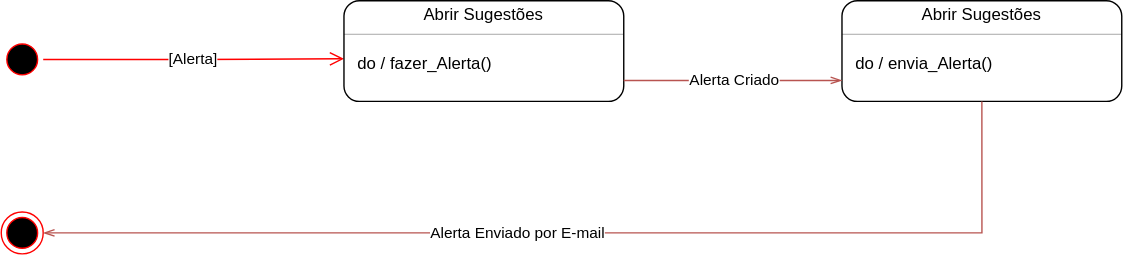
Earlier version of the draw.io export Estados/DEcaso12.svg (JesCat16/Projeto01_Modelagem_De_Software). Source tidied: cells renumbered, new cells last; positions are measured from the earlier drawing's top-left corner, leaving out a move shared by most shapes. Source of this version:
```xml
<mxGraphModel background="#ffffff">
  <root>
    <mxCell id="0" />
    <mxCell id="1" parent="0" />
    <mxCell id="2" style="ellipse;html=1;shape=endState;fillColor=#000000;strokeColor=#ff0000;" parent="1" vertex="1">
      <mxGeometry y="151" width="30" height="30" as="geometry" />
    </mxCell>
    <mxCell id="3" style="ellipse;html=1;shape=startState;fillColor=#000000;strokeColor=#ff0000;" parent="1" vertex="1">
      <mxGeometry y="27" width="30" height="30" as="geometry" />
    </mxCell>
    <mxCell id="4" style="edgeStyle=orthogonalEdgeStyle;html=1;verticalAlign=bottom;endArrow=open;endSize=8;strokeColor=#ff0000;rounded=0;entryX=0;entryY=0.25;entryDx=0;entryDy=0;" parent="1" edge="1" source="3" target="10">
      <mxGeometry relative="1" as="geometry" />
    </mxCell>
    <mxCell id="5" value="[Alerta]" style="edgeLabel;html=1;align=center;verticalAlign=middle;" parent="4" vertex="1">
      <mxGeometry x="0.1" y="1" relative="1" as="geometry">
        <mxPoint x="-12" y="1" as="offset" />
      </mxGeometry>
    </mxCell>
    <mxCell id="6" style="fontStyle=1;align=center;verticalAlign=middle;horizontal=1;rounded=1;absoluteArcSize=1;arcSize=22;" parent="1" vertex="1">
      <mxGeometry x="245" width="200" height="72" as="geometry" />
    </mxCell>
    <mxCell id="7" value="Abrir Sugestões" style="html=1;align=center;spacing=0;verticalAlign=middle;strokeColor=none;fillColor=none;whiteSpace=wrap;" parent="6" vertex="1">
      <mxGeometry width="200" height="20" as="geometry" />
    </mxCell>
    <mxCell id="8" style="line;strokeWidth=0.25;fillColor=none;align=left;verticalAlign=middle;spacingTop=-1;spacingLeft=3;spacingRight=3;labelPosition=right;" parent="6" vertex="1">
      <mxGeometry y="20" width="200" height="8" as="geometry" />
    </mxCell>
    <mxCell id="9" style="html=1;align=left;spacing=0;spacingLeft=10;verticalAlign=middle;strokeColor=none;fillColor=none;whiteSpace=wrap;" parent="6" vertex="1">
      <mxGeometry y="28" width="200" height="10" as="geometry" />
    </mxCell>
    <mxCell id="10" value="do / fazer_Alerta()" style="html=1;align=left;spacing=0;spacingLeft=10;verticalAlign=middle;strokeColor=none;fillColor=none;whiteSpace=wrap;" parent="6" vertex="1">
      <mxGeometry y="38" width="200" height="14" as="geometry" />
    </mxCell>
    <mxCell id="11" style="html=1;align=left;spacing=0;spacingLeft=10;verticalAlign=middle;strokeColor=none;fillColor=none;whiteSpace=wrap;" parent="6" vertex="1">
      <mxGeometry y="52" width="200" height="20" as="geometry" />
    </mxCell>
    <mxCell id="12" style="fontStyle=1;align=center;verticalAlign=middle;horizontal=1;rounded=1;absoluteArcSize=1;arcSize=22;" parent="1" vertex="1">
      <mxGeometry x="601" width="200" height="72" as="geometry" />
    </mxCell>
    <mxCell id="13" value="Abrir Sugestões" style="html=1;align=center;spacing=0;verticalAlign=middle;strokeColor=none;fillColor=none;whiteSpace=wrap;" parent="12" vertex="1">
      <mxGeometry width="200" height="20" as="geometry" />
    </mxCell>
    <mxCell id="14" style="line;strokeWidth=0.25;fillColor=none;align=left;verticalAlign=middle;spacingTop=-1;spacingLeft=3;spacingRight=3;labelPosition=right;" parent="12" vertex="1">
      <mxGeometry y="20" width="200" height="8" as="geometry" />
    </mxCell>
    <mxCell id="15" style="html=1;align=left;spacing=0;spacingLeft=10;verticalAlign=middle;strokeColor=none;fillColor=none;whiteSpace=wrap;" parent="12" vertex="1">
      <mxGeometry y="28" width="200" height="10" as="geometry" />
    </mxCell>
    <mxCell id="16" value="do / envia_Alerta()" style="html=1;align=left;spacing=0;spacingLeft=10;verticalAlign=middle;strokeColor=none;fillColor=none;whiteSpace=wrap;" parent="12" vertex="1">
      <mxGeometry y="38" width="200" height="14" as="geometry" />
    </mxCell>
    <mxCell id="17" style="html=1;align=left;spacing=0;spacingLeft=10;verticalAlign=middle;strokeColor=none;fillColor=none;whiteSpace=wrap;" parent="12" vertex="1">
      <mxGeometry y="52" width="200" height="20" as="geometry" />
    </mxCell>
    <mxCell id="18" style="edgeStyle=orthogonalEdgeStyle;rounded=0;jettySize=auto;html=1;exitX=1;exitY=0.25;exitDx=0;exitDy=0;entryX=0;entryY=0.25;entryDx=0;entryDy=0;fillColor=#f8cecc;strokeColor=#b85450;endArrow=openThin;endFill=0;" parent="1" edge="1" source="11" target="17">
      <mxGeometry relative="1" as="geometry" />
    </mxCell>
    <mxCell id="19" value="Alerta Criado" style="edgeLabel;html=1;align=center;verticalAlign=middle;" parent="18" vertex="1">
      <mxGeometry x="0.02" y="1" relative="1" as="geometry" />
    </mxCell>
    <mxCell id="20" style="edgeStyle=orthogonalEdgeStyle;rounded=0;jettySize=auto;html=1;exitX=0.5;exitY=1;exitDx=0;exitDy=0;entryX=1;entryY=0.5;entryDx=0;entryDy=0;fillColor=#f8cecc;strokeColor=#b85450;endArrow=openThin;endFill=0;" parent="1" edge="1" source="17" target="2">
      <mxGeometry relative="1" as="geometry" />
    </mxCell>
    <mxCell id="21" value="Alerta Enviado por E-mail" style="edgeLabel;html=1;align=center;verticalAlign=middle;" parent="20" vertex="1">
      <mxGeometry x="0.12" relative="1" as="geometry" />
    </mxCell>
  </root>
</mxGraphModel>
```
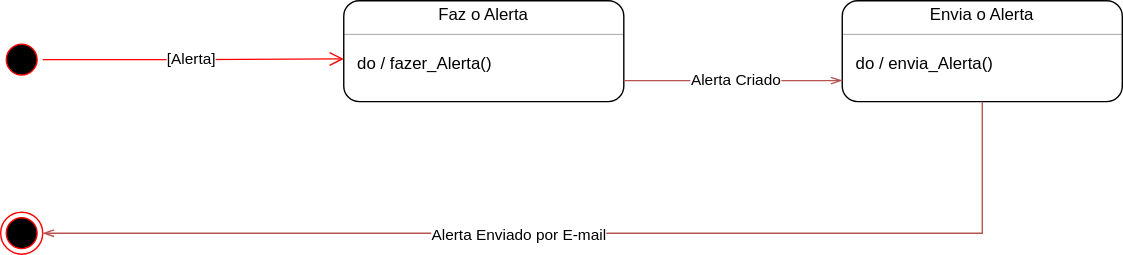
After the change.

Diff of the diagram source:
```diff
@@ -19,7 +19,7 @@
     <mxCell id="6" style="fontStyle=1;align=center;verticalAlign=middle;horizontal=1;rounded=1;absoluteArcSize=1;arcSize=22;" parent="1" vertex="1">
       <mxGeometry x="245" width="200" height="72" as="geometry" />
     </mxCell>
-    <mxCell id="7" value="Abrir Sugestões" style="html=1;align=center;spacing=0;verticalAlign=middle;strokeColor=none;fillColor=none;whiteSpace=wrap;" parent="6" vertex="1">
+    <mxCell id="7" value="Faz o Alerta" style="html=1;align=center;spacing=0;verticalAlign=middle;strokeColor=none;fillColor=none;whiteSpace=wrap;" parent="6" vertex="1">
       <mxGeometry width="200" height="20" as="geometry" />
     </mxCell>
     <mxCell id="8" style="line;strokeWidth=0.25;fillColor=none;align=left;verticalAlign=middle;spacingTop=-1;spacingLeft=3;spacingRight=3;labelPosition=right;" parent="6" vertex="1">
@@ -37,7 +37,7 @@
     <mxCell id="12" style="fontStyle=1;align=center;verticalAlign=middle;horizontal=1;rounded=1;absoluteArcSize=1;arcSize=22;" parent="1" vertex="1">
       <mxGeometry x="601" width="200" height="72" as="geometry" />
     </mxCell>
-    <mxCell id="13" value="Abrir Sugestões" style="html=1;align=center;spacing=0;verticalAlign=middle;strokeColor=none;fillColor=none;whiteSpace=wrap;" parent="12" vertex="1">
+    <mxCell id="13" value="Envia o Alerta" style="html=1;align=center;spacing=0;verticalAlign=middle;strokeColor=none;fillColor=none;whiteSpace=wrap;" parent="12" vertex="1">
       <mxGeometry width="200" height="20" as="geometry" />
     </mxCell>
     <mxCell id="14" style="line;strokeWidth=0.25;fillColor=none;align=left;verticalAlign=middle;spacingTop=-1;spacingLeft=3;spacingRight=3;labelPosition=right;" parent="12" vertex="1">
```
